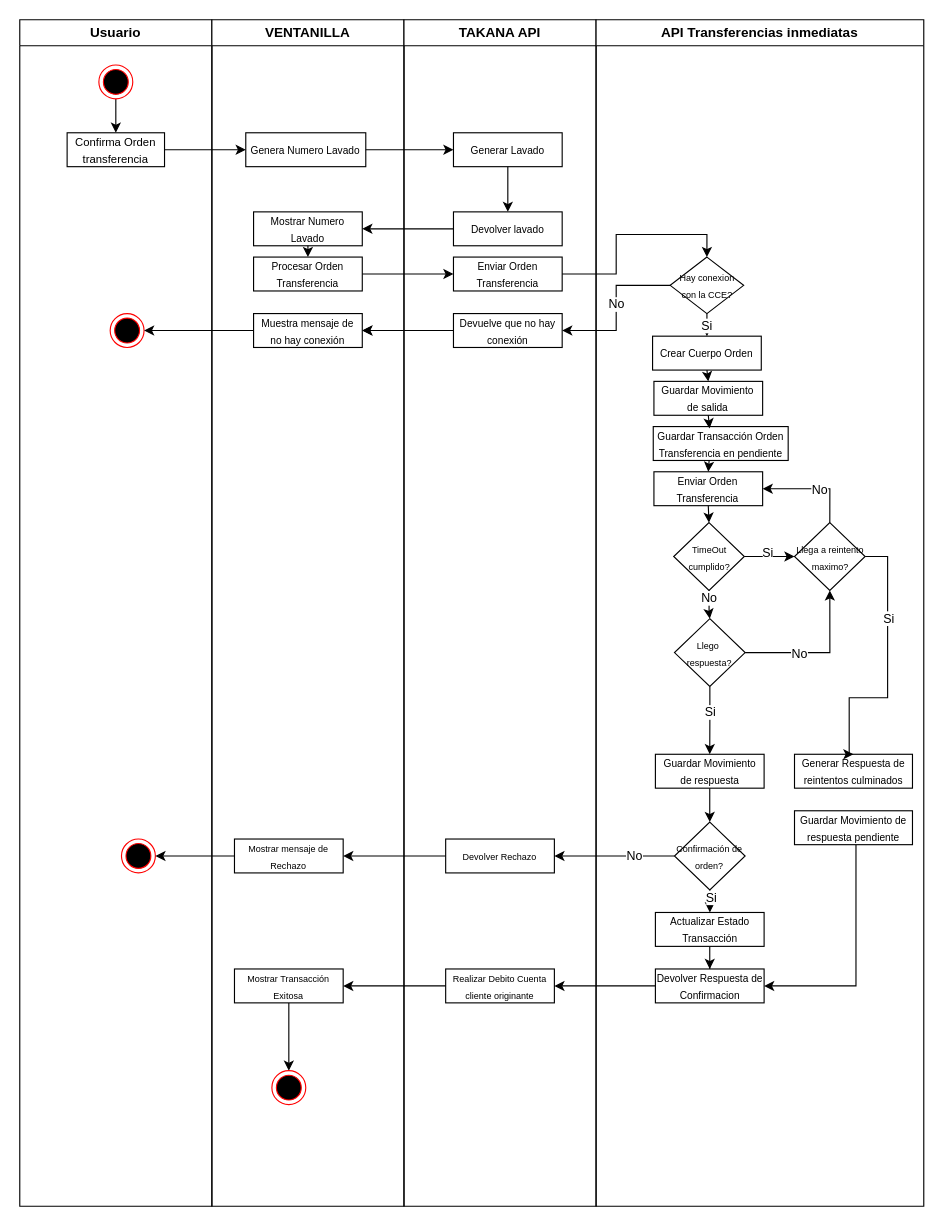
The draw.io diagram page "D. Flujo orden Salida" (10 of 10) of Diagramas.drawio in Richard-MJ/CMACT, before the edit. Source tidied: cells renumbered, new cells numbered last; positions are measured from the earlier drawing's top-left corner, leaving out a move shared by most shapes. Both pictures are drawn from the tidied source at 113%, with x=0, y=0 at pixel (19, 19).
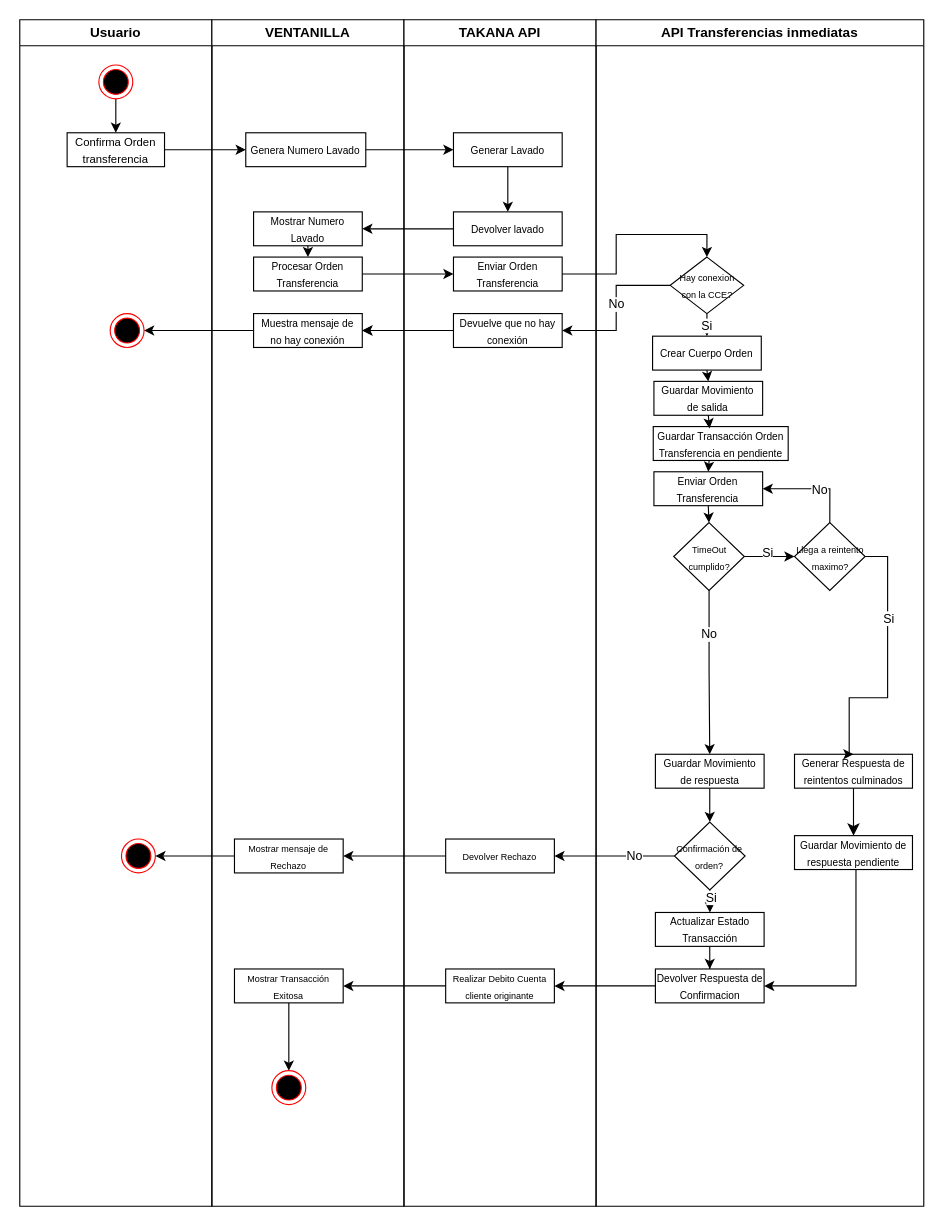
Above is the later version.

The change refers to these unchanged cells:
```xml
<mxCell id="28" value="API Transferencias inmediatas" style="swimlane;whiteSpace=wrap;html=1;" parent="1" vertex="1">
  <mxGeometry x="510" width="290" height="1050" as="geometry" />
</mxCell>
<mxCell id="34" value="&lt;font style=&quot;font-size: 9px;&quot;&gt;Generar Respuesta de reintentos culminados&lt;/font&gt;" style="rounded=0;whiteSpace=wrap;html=1;" parent="28" vertex="1">
  <mxGeometry x="175.6" y="650" width="104.4" height="30" as="geometry" />
</mxCell>
<mxCell id="45" value="&lt;span style=&quot;font-size: 8px;&quot;&gt;TimeOut cumplido?&lt;/span&gt;" style="rhombus;whiteSpace=wrap;html=1;" parent="28" vertex="1">
  <mxGeometry x="68.7" y="445" width="62.5" height="60" as="geometry" />
</mxCell>
<mxCell id="51" value="&lt;span style=&quot;font-size: 8px;&quot;&gt;Llega a reintento maximo?&lt;/span&gt;" style="rhombus;whiteSpace=wrap;html=1;" parent="28" vertex="1">
  <mxGeometry x="175.6" y="445" width="62.5" height="60" as="geometry" />
</mxCell>
<mxCell id="53" value="&lt;font style=&quot;font-size: 9px;&quot;&gt;Guardar Movimiento de respuesta&lt;/font&gt;" style="rounded=0;whiteSpace=wrap;html=1;" parent="28" vertex="1">
  <mxGeometry x="52.5" y="650" width="96.2" height="30" as="geometry" />
</mxCell>
```

Change to the diagram source:
```diff
@@
+    <mxCell id="80" style="edgeStyle=none;curved=1;rounded=0;jettySize=auto;html=1;entryX=0.5;entryY=0;entryDx=0;entryDy=0;fontSize=12;startSize=8;endSize=8;" parent="28" edge="1" source="34" target="63">
+      <mxGeometry relative="1" as="geometry" />
+    </mxCell>
@@
-    <mxCell id="43" style="edgeStyle=orthogonalEdgeStyle;rounded=0;jettySize=auto;html=1;entryX=0.5;entryY=0;entryDx=0;entryDy=0;" parent="28" edge="1" source="45" target="58">
+    <mxCell id="43" style="edgeStyle=orthogonalEdgeStyle;rounded=0;jettySize=auto;html=1;entryX=0.5;entryY=0;entryDx=0;entryDy=0;" parent="28" edge="1" source="45" target="53">
       <mxGeometry relative="1" as="geometry" />
     </mxCell>
@@
-    <mxCell id="54" style="edgeStyle=orthogonalEdgeStyle;rounded=0;jettySize=auto;html=1;entryX=0.5;entryY=1;entryDx=0;entryDy=0;" parent="28" edge="1" source="58" target="51">
-      <mxGeometry relative="1" as="geometry" />
-    </mxCell>
-    <mxCell id="55" value="No" style="edgeLabel;html=1;align=center;verticalAlign=middle;" parent="54" vertex="1">
-      <mxGeometry x="-0.7" y="-1" relative="1" as="geometry">
-        <mxPoint x="28" y="-1" as="offset" />
-      </mxGeometry>
-    </mxCell>
-    <mxCell id="56" style="edgeStyle=orthogonalEdgeStyle;rounded=0;jettySize=auto;html=1;entryX=0.5;entryY=0;entryDx=0;entryDy=0;" parent="28" edge="1" source="58" target="53">
-      <mxGeometry relative="1" as="geometry" />
-    </mxCell>
-    <mxCell id="57" value="Si" style="edgeLabel;html=1;align=center;verticalAlign=middle;" parent="56" vertex="1">
-      <mxGeometry x="-0.24" relative="1" as="geometry" />
-    </mxCell>
-    <mxCell id="58" value="&lt;span style=&quot;font-size: 8px;&quot;&gt;Llego&amp;nbsp; respuesta?&lt;/span&gt;" style="rhombus;whiteSpace=wrap;html=1;" parent="28" vertex="1">
-      <mxGeometry x="69.4" y="530" width="62.5" height="60" as="geometry" />
-    </mxCell>
@@
     <mxCell id="63" value="&lt;font style=&quot;font-size: 9px;&quot;&gt;Guardar Movimiento de respuesta pendiente&lt;/font&gt;" style="rounded=0;whiteSpace=wrap;html=1;" parent="28" vertex="1">
-      <mxGeometry x="175.6" y="700" width="104.4" height="30" as="geometry" />
+      <mxGeometry x="175.6" y="722" width="104.4" height="30" as="geometry" />
     </mxCell>
```
